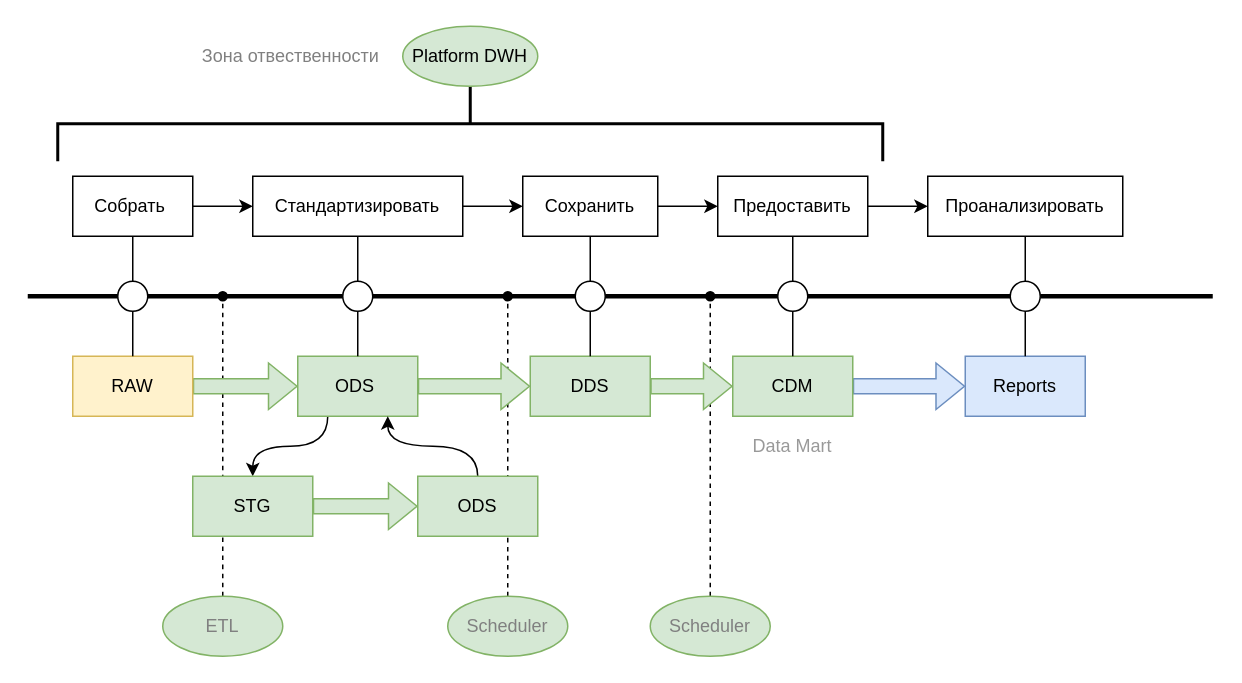
uyennt01/Project1 keeps this draw.io diagram as page "Page-2" (2 of 2) of DWH-architecture-business-steps.drawio. Above is the earlier version. Source tidied: cells renumbered, new cells numbered last; positions are measured from the earlier drawing's top-left corner, leaving out a move shared by most shapes. Both pictures are drawn from the tidied source at 150%, with x=0, y=0 at pixel (27, 26).
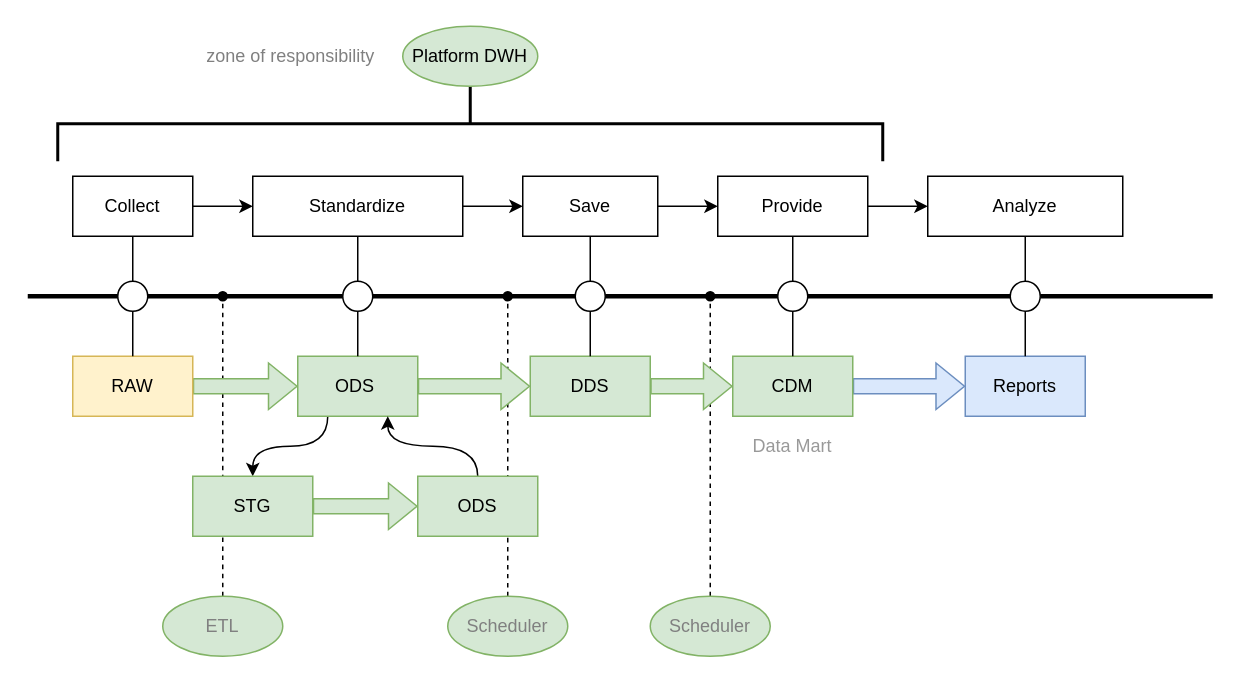
The same page after the edit.

The edit, as a diff of the source:
```diff
@@
-    <mxCell id="6" value="Собрать&amp;nbsp;" style="rounded=0;whiteSpace=wrap;html=1;fontFamily=Helvetica;fontSize=12;fontColor=default;align=center;strokeColor=default;fillColor=default;" parent="1" vertex="1">
+    <mxCell id="6" value="Collect" style="rounded=0;whiteSpace=wrap;html=1;fontFamily=Helvetica;fontSize=12;fontColor=default;align=center;strokeColor=default;fillColor=default;" parent="1" vertex="1">
       <mxGeometry x="30" y="100" width="80" height="40" as="geometry" />
     </mxCell>
@@
-    <mxCell id="8" value="Стандартизировать" style="rounded=0;whiteSpace=wrap;html=1;" parent="1" vertex="1">
+    <mxCell id="8" value="Standardize" style="rounded=0;whiteSpace=wrap;html=1;" parent="1" vertex="1">
       <mxGeometry x="150" y="100" width="140" height="40" as="geometry" />
     </mxCell>
@@
-    <mxCell id="10" value="Сохранить" style="rounded=0;whiteSpace=wrap;html=1;" parent="1" vertex="1">
+    <mxCell id="10" value="Save" style="rounded=0;whiteSpace=wrap;html=1;" parent="1" vertex="1">
       <mxGeometry x="330" y="100" width="90" height="40" as="geometry" />
     </mxCell>
@@
-    <mxCell id="12" value="Предоставить" style="rounded=0;whiteSpace=wrap;html=1;" parent="1" vertex="1">
+    <mxCell id="12" value="Provide" style="rounded=0;whiteSpace=wrap;html=1;" parent="1" vertex="1">
       <mxGeometry x="460" y="100" width="100" height="40" as="geometry" />
     </mxCell>
-    <mxCell id="13" value="Проанализировать" style="rounded=0;whiteSpace=wrap;html=1;" parent="1" vertex="1">
+    <mxCell id="13" value="&lt;div class=&quot;srk_jie_guo_html&quot; id=&quot;jieguo_show_0_html&quot;&gt;Analyze&lt;/div&gt;" style="rounded=0;whiteSpace=wrap;html=1;" parent="1" vertex="1">
       <mxGeometry x="600" y="100" width="130" height="40" as="geometry" />
     </mxCell>
@@
-    <mxCell id="55" value="Зона отвественности" style="text;html=1;align=center;verticalAlign=middle;strokeColor=none;fillColor=none;fontColor=#808080;rounded=0;" parent="1" vertex="1">
-      <mxGeometry x="100" y="5" width="150" height="30" as="geometry" />
+    <mxCell id="55" value="&lt;div class=&quot;srk_jie_guo_html&quot; id=&quot;jieguo_show_1_html&quot;&gt;zone of responsibility&lt;/div&gt;" style="text;html=1;align=center;verticalAlign=middle;strokeColor=none;fillColor=none;fontColor=#808080;rounded=0;" parent="1" vertex="1">
+      <mxGeometry x="105" y="5" width="140" height="30" as="geometry" />
     </mxCell>
```
